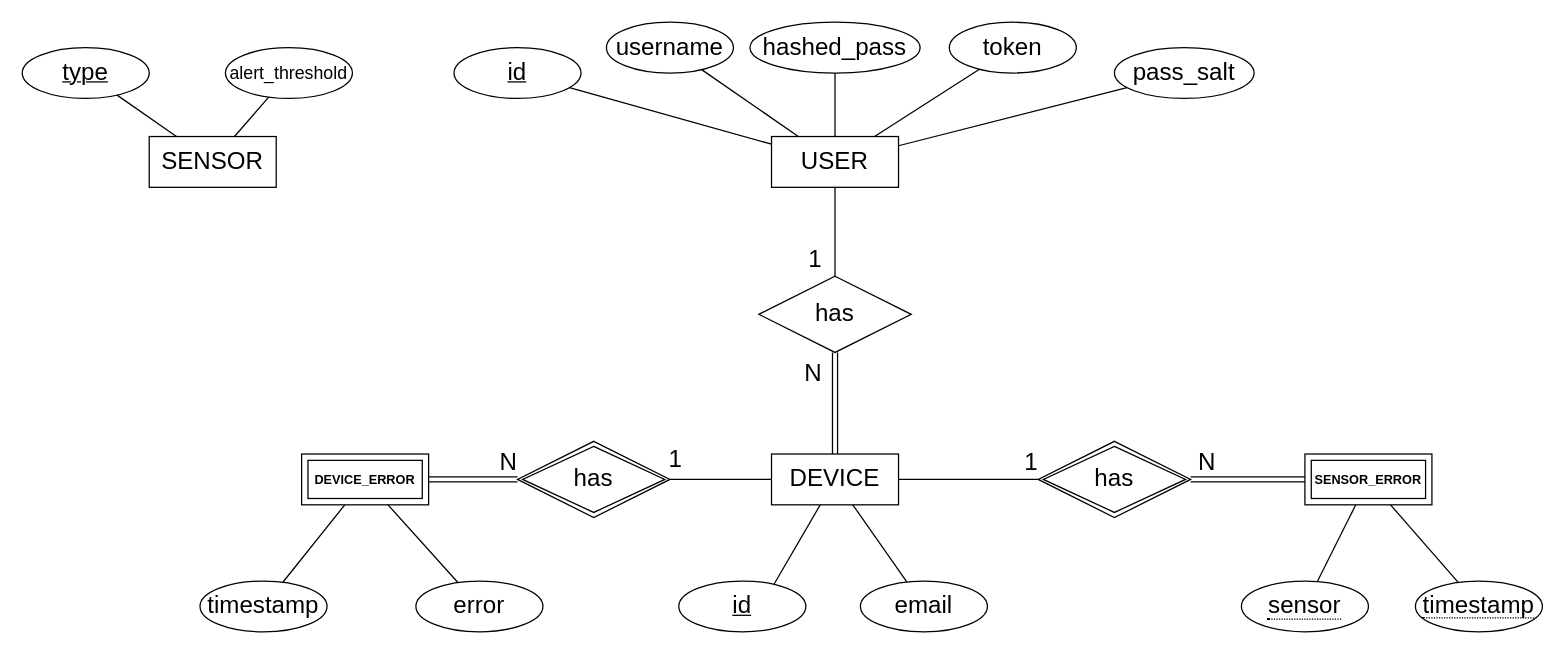
Above: Diagrams/PostgresDB-diagram.drawio in MiguelRocha2001/PS-Monitor-IoT-System (draw.io), before the change. Source tidied: cells renumbered, new cells numbered last; positions are measured from the earlier drawing's top-left corner, leaving out a move shared by most shapes. Both pictures are drawn from the tidied source at 127%, with x=0, y=0 at pixel (22, 22).
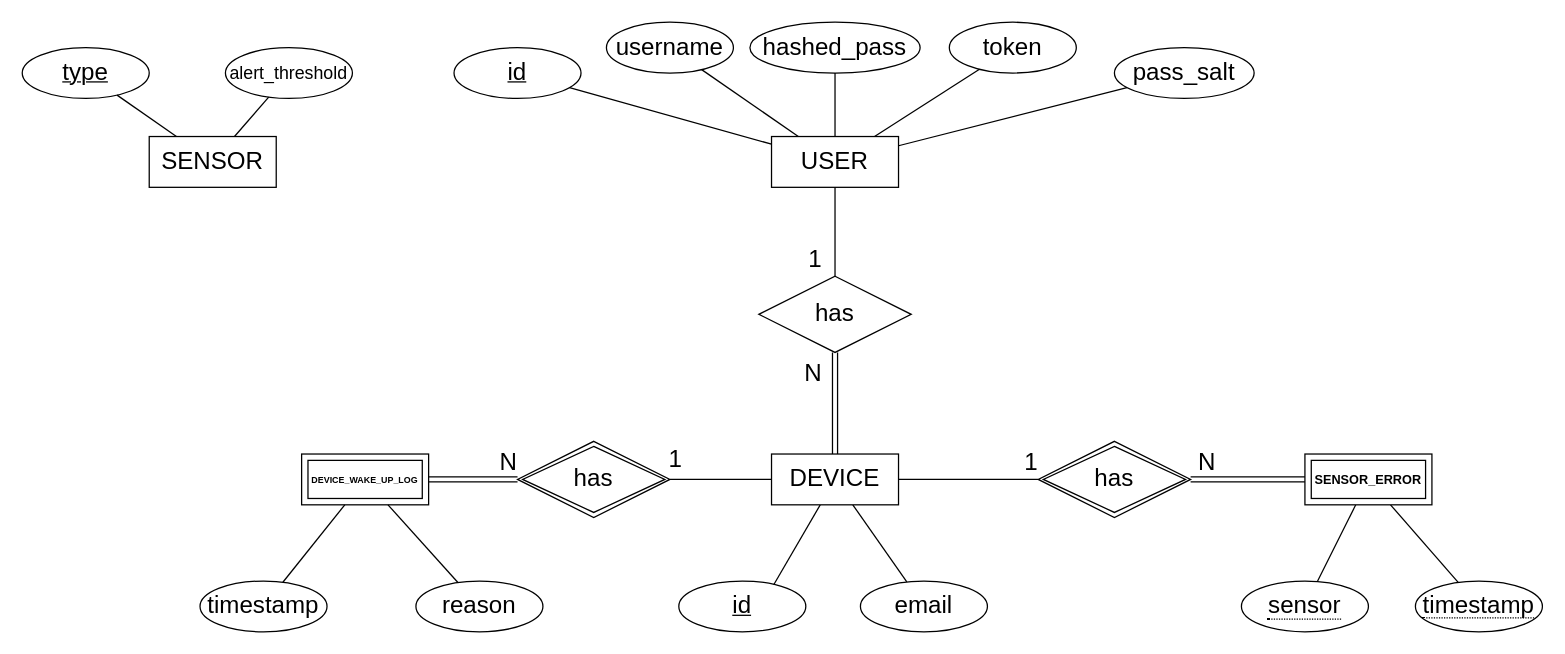
The same diagram, later.

What changed in the source:
```diff
@@
-    <mxCell id="37" value="DEVICE_ERROR" style="shape=ext;margin=3;double=1;whiteSpace=wrap;html=1;align=center;fontSize=10;fontStyle=1;" parent="1" vertex="1">
+    <mxCell id="37" value="&lt;font style=&quot;font-size: 7px;&quot;&gt;DEVICE_WAKE_UP_LOG&lt;/font&gt;" style="shape=ext;margin=3;double=1;whiteSpace=wrap;html=1;align=center;fontSize=8;fontStyle=1;" parent="1" vertex="1">
       <mxGeometry x="220" y="340" width="100" height="40" as="geometry" />
     </mxCell>
@@
-    <mxCell id="40" value="&lt;span style=&quot;font-size: 19px;&quot;&gt;error&lt;/span&gt;" style="ellipse;whiteSpace=wrap;html=1;align=center;" parent="1" vertex="1">
+    <mxCell id="40" value="&lt;span style=&quot;font-size: 19px;&quot;&gt;reason&lt;/span&gt;" style="ellipse;whiteSpace=wrap;html=1;align=center;" parent="1" vertex="1">
       <mxGeometry x="310" y="440" width="100" height="40" as="geometry" />
     </mxCell>
```
